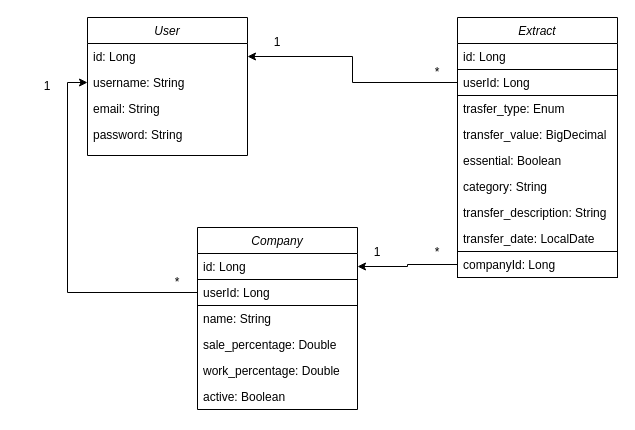
This is FinanceNowDB.drawio from ViniPeralta/financenowback, a draw.io file, before an edit. Source tidied: cells renumbered, new cells numbered last; positions are measured from the earlier drawing's top-left corner, leaving out a move shared by most shapes. Both pictures are drawn from the tidied source at 100%, with x=0, y=0 at pixel (17, 17).
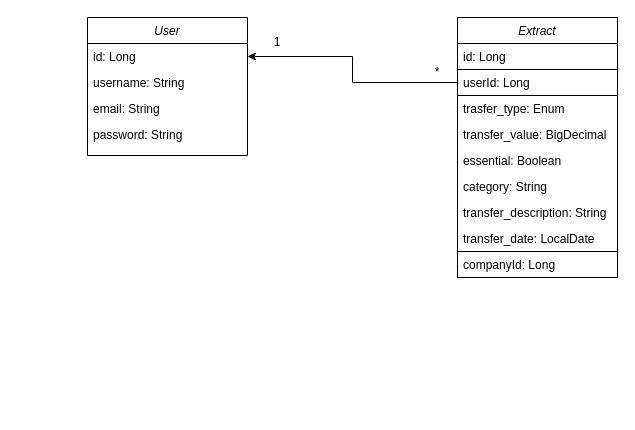
Above is the later version.

Unchanged cells that the change refers to:
```xml
<mxCell id="4" value="username: String" style="text;align=left;verticalAlign=top;spacingLeft=4;spacingRight=4;overflow=hidden;points=[[0,0.5],[1,0.5]];portConstraint=eastwest;rounded=0;shadow=0;html=0;" parent="2" vertex="1">
  <mxGeometry y="52" width="160" height="26" as="geometry" />
</mxCell>
<mxCell id="16" value="companyId: Long" style="text;align=left;verticalAlign=top;spacingLeft=4;spacingRight=4;overflow=hidden;points=[[0,0.5],[1,0.5]];portConstraint=eastwest;rounded=0;shadow=0;html=0;strokeColor=default;" parent="7" vertex="1">
  <mxGeometry y="234" width="160" height="26" as="geometry" />
</mxCell>
```

What changed in the source:
```diff
@@
-    <mxCell id="20" value="Company" style="swimlane;fontStyle=2;align=center;verticalAlign=top;horizontal=1;startSize=26;rounded=0;shadow=0;strokeWidth=1;" parent="1" vertex="1">
-      <mxGeometry x="180" y="210" width="160" height="182" as="geometry" />
-    </mxCell>
-    <mxCell id="21" value="id: Long" style="text;align=left;verticalAlign=top;spacingLeft=4;spacingRight=4;overflow=hidden;points=[[0,0.5],[1,0.5]];portConstraint=eastwest;" parent="20" vertex="1">
-      <mxGeometry y="26" width="160" height="26" as="geometry" />
-    </mxCell>
-    <mxCell id="22" value="userId: Long" style="text;align=left;verticalAlign=top;spacingLeft=4;spacingRight=4;overflow=hidden;points=[[0,0.5],[1,0.5]];portConstraint=eastwest;strokeColor=default;" parent="20" vertex="1">
-      <mxGeometry y="52" width="160" height="26" as="geometry" />
-    </mxCell>
-    <mxCell id="23" value="name: String" style="text;align=left;verticalAlign=top;spacingLeft=4;spacingRight=4;overflow=hidden;rounded=0;shadow=0;html=0;" parent="20" vertex="1">
-      <mxGeometry y="78" width="160" height="26" as="geometry" />
-    </mxCell>
-    <mxCell id="24" value="sale_percentage: Double" style="text;align=left;verticalAlign=top;spacingLeft=4;spacingRight=4;overflow=hidden;rounded=0;shadow=0;html=0;" parent="20" vertex="1">
-      <mxGeometry y="104" width="160" height="26" as="geometry" />
-    </mxCell>
-    <mxCell id="25" value="work_percentage: Double" style="text;align=left;verticalAlign=top;spacingLeft=4;spacingRight=4;overflow=hidden;rounded=0;shadow=0;html=0;" parent="20" vertex="1">
-      <mxGeometry y="130" width="160" height="26" as="geometry" />
-    </mxCell>
-    <mxCell id="26" value="active: Boolean" style="text;align=left;verticalAlign=top;spacingLeft=4;spacingRight=4;overflow=hidden;rounded=0;shadow=0;html=0;" parent="20" vertex="1">
-      <mxGeometry y="156" width="160" height="26" as="geometry" />
-    </mxCell>
-    <mxCell id="27" style="edgeStyle=orthogonalEdgeStyle;rounded=0;jettySize=auto;html=1;entryX=0;entryY=0.5;entryDx=0;entryDy=0;" parent="1" edge="1" source="22" target="4">
-      <mxGeometry relative="1" as="geometry" />
-    </mxCell>
-    <mxCell id="28" value="1" style="text;html=1;align=center;verticalAlign=middle;whiteSpace=wrap;rounded=0;" parent="1" vertex="1">
-      <mxGeometry y="54" width="60" height="30" as="geometry" />
-    </mxCell>
-    <mxCell id="29" value="*" style="text;html=1;align=center;verticalAlign=middle;whiteSpace=wrap;rounded=0;" parent="1" vertex="1">
-      <mxGeometry x="130" y="250" width="60" height="30" as="geometry" />
-    </mxCell>
-    <mxCell id="30" style="edgeStyle=orthogonalEdgeStyle;rounded=0;jettySize=auto;html=1;entryX=1;entryY=0.5;entryDx=0;entryDy=0;" parent="1" edge="1" source="16" target="21">
-      <mxGeometry relative="1" as="geometry" />
-    </mxCell>
-    <mxCell id="31" value="*" style="text;html=1;align=center;verticalAlign=middle;whiteSpace=wrap;rounded=0;" parent="1" vertex="1">
-      <mxGeometry x="390" y="220" width="60" height="30" as="geometry" />
-    </mxCell>
-    <mxCell id="32" value="1" style="text;html=1;align=center;verticalAlign=middle;whiteSpace=wrap;rounded=0;" parent="1" vertex="1">
-      <mxGeometry x="330" y="220" width="60" height="30" as="geometry" />
-    </mxCell>
```
